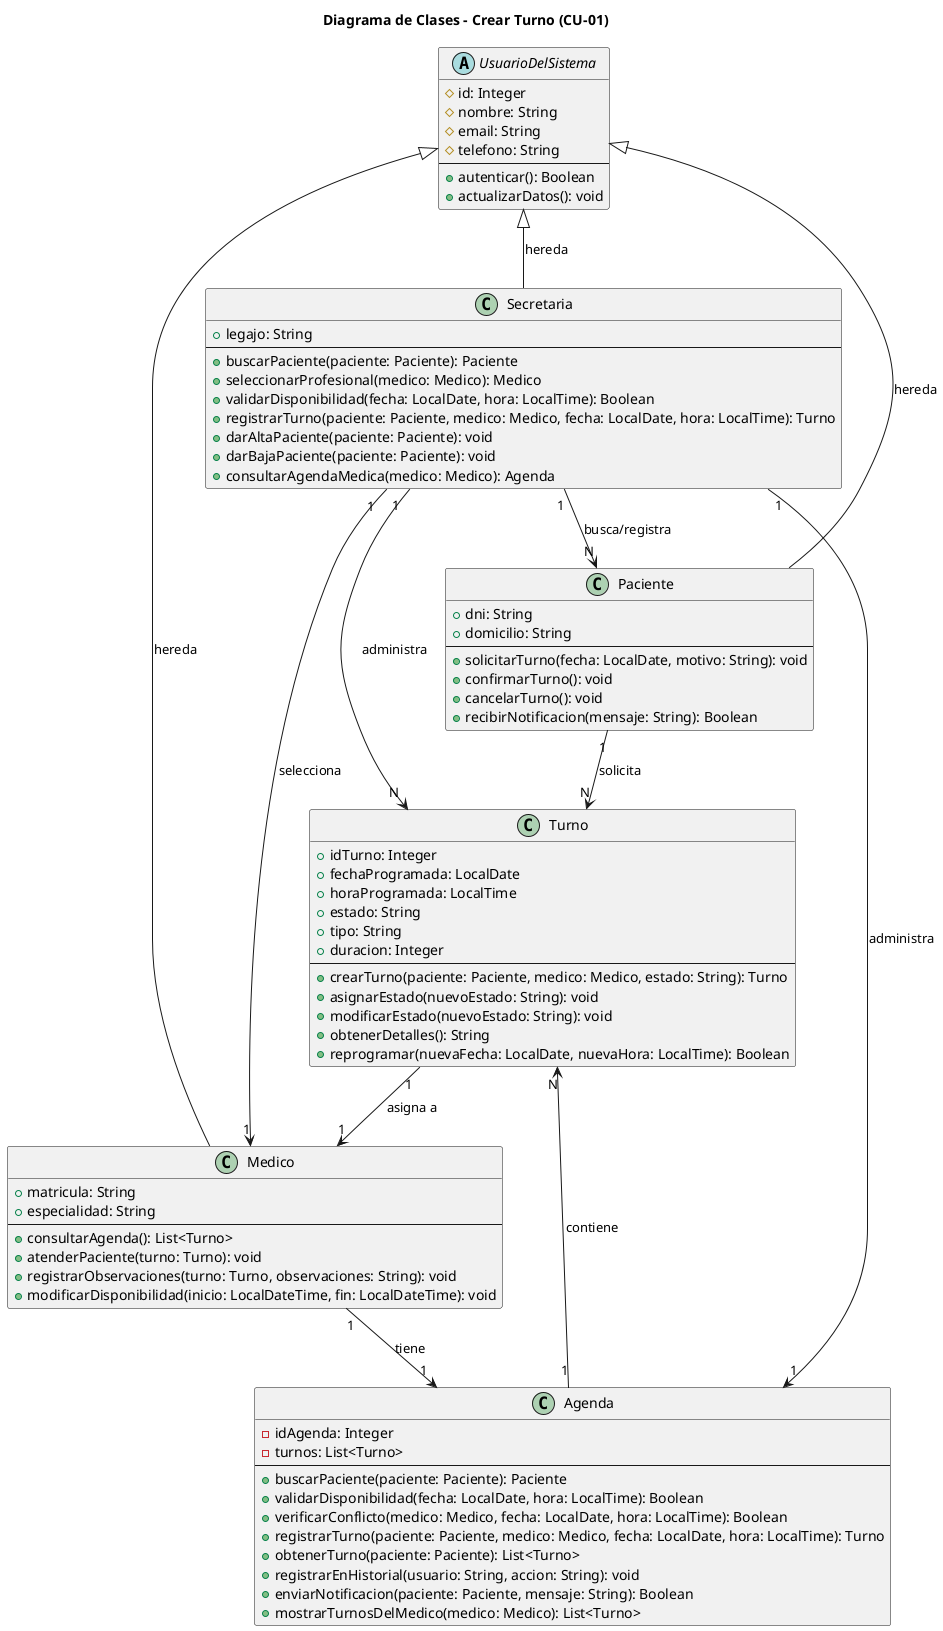
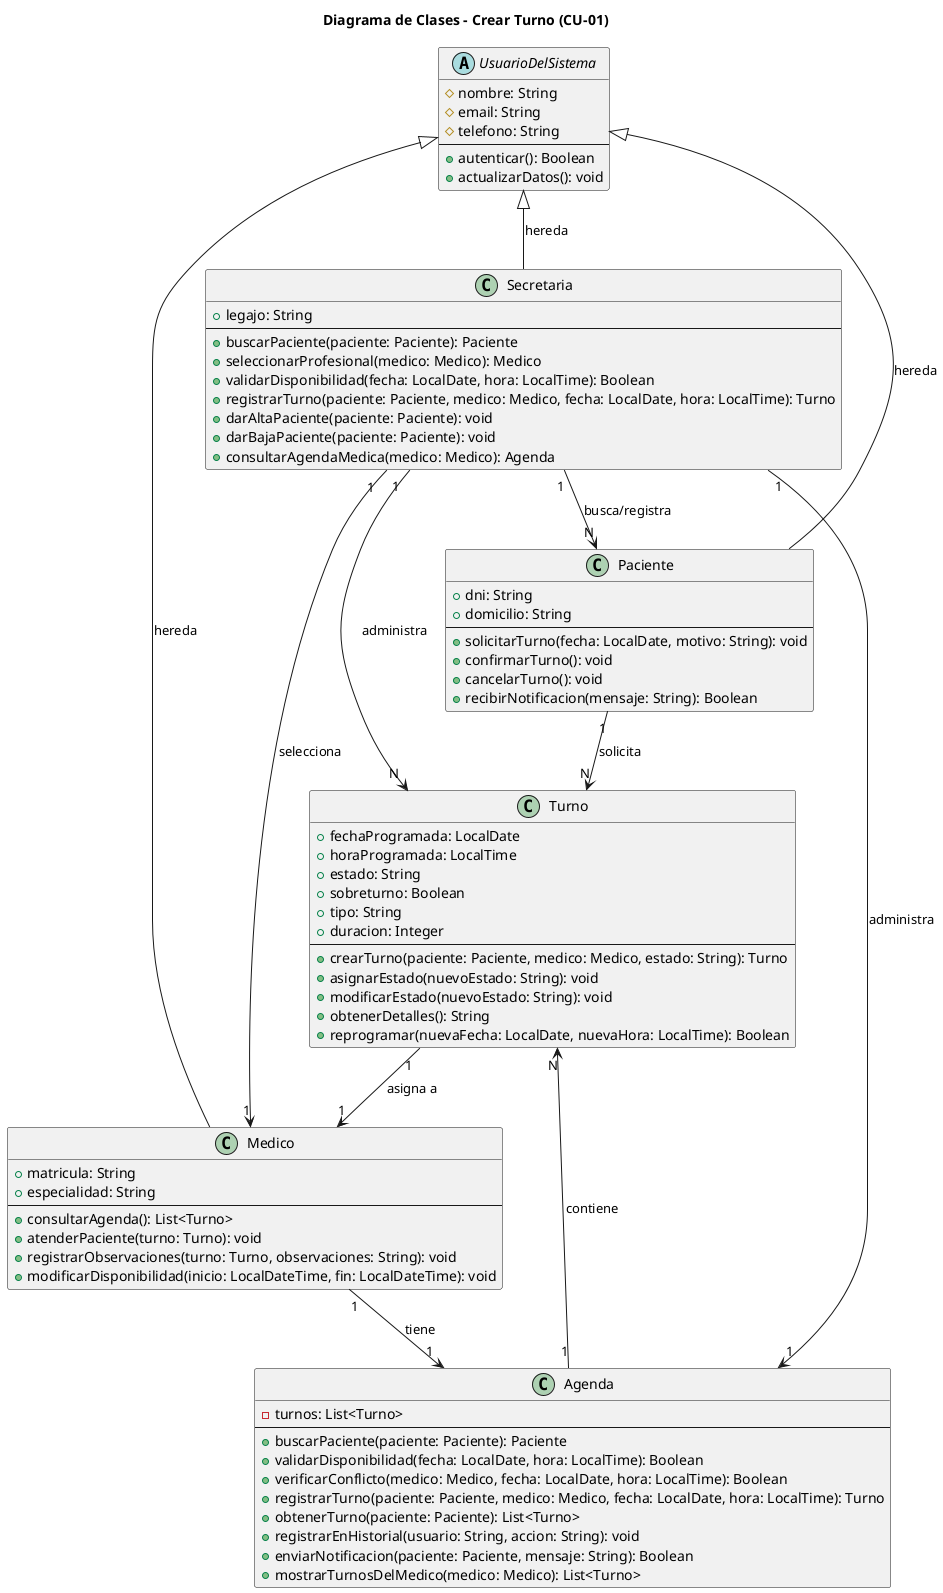
@startuml 01-clases-crear-turno-01

title Diagrama de Clases - Crear Turno (CU-01)

abstract class UsuarioDelSistema {
-   # id: Integer
  # nombre: String
  # email: String
  # telefono: String
  --
  + autenticar(): Boolean
  + actualizarDatos(): void
}

class Paciente {
  + dni: String
  + domicilio: String
  --
  + solicitarTurno(fecha: LocalDate, motivo: String): void
  + confirmarTurno(): void
  + cancelarTurno(): void
  + recibirNotificacion(mensaje: String): Boolean
}

class Secretaria {
  + legajo: String
  --
  + buscarPaciente(paciente: Paciente): Paciente
  + seleccionarProfesional(medico: Medico): Medico
  + validarDisponibilidad(fecha: LocalDate, hora: LocalTime): Boolean
  + registrarTurno(paciente: Paciente, medico: Medico, fecha: LocalDate, hora: LocalTime): Turno
  + darAltaPaciente(paciente: Paciente): void
  + darBajaPaciente(paciente: Paciente): void
  + consultarAgendaMedica(medico: Medico): Agenda
}

class Medico {
  + matricula: String
  + especialidad: String
  --
  + consultarAgenda(): List<Turno>
  + atenderPaciente(turno: Turno): void
  + registrarObservaciones(turno: Turno, observaciones: String): void
  + modificarDisponibilidad(inicio: LocalDateTime, fin: LocalDateTime): void
}

class Turno {
-   + idTurno: Integer
  + fechaProgramada: LocalDate
  + horaProgramada: LocalTime
  + estado: String
+   + sobreturno: Boolean
  + tipo: String
  + duracion: Integer
  --
  + crearTurno(paciente: Paciente, medico: Medico, estado: String): Turno
  + asignarEstado(nuevoEstado: String): void
  + modificarEstado(nuevoEstado: String): void
  + obtenerDetalles(): String
  + reprogramar(nuevaFecha: LocalDate, nuevaHora: LocalTime): Boolean
}

class Agenda {
-   - idAgenda: Integer
  - turnos: List<Turno>
  --
  + buscarPaciente(paciente: Paciente): Paciente
  + validarDisponibilidad(fecha: LocalDate, hora: LocalTime): Boolean
  + verificarConflicto(medico: Medico, fecha: LocalDate, hora: LocalTime): Boolean
  + registrarTurno(paciente: Paciente, medico: Medico, fecha: LocalDate, hora: LocalTime): Turno
  + obtenerTurno(paciente: Paciente): List<Turno>
  + registrarEnHistorial(usuario: String, accion: String): void
  + enviarNotificacion(paciente: Paciente, mensaje: String): Boolean
  + mostrarTurnosDelMedico(medico: Medico): List<Turno>
}


UsuarioDelSistema <|-- Paciente : hereda
UsuarioDelSistema <|-- Secretaria : hereda
UsuarioDelSistema <|-- Medico : hereda

Secretaria "1 "--> "1" Agenda : administra
Secretaria "1 "--> "N" Paciente : busca/registra
Secretaria "1 "--> "1" Medico : selecciona
Secretaria "1 "--> "N" Turno : administra

Agenda "1" --> "N" Turno : contiene

Paciente "1" --> "N" Turno : solicita

Turno "1" --> "1" Medico : asigna a

Medico "1" -->  "1" Agenda : tiene

@enduml